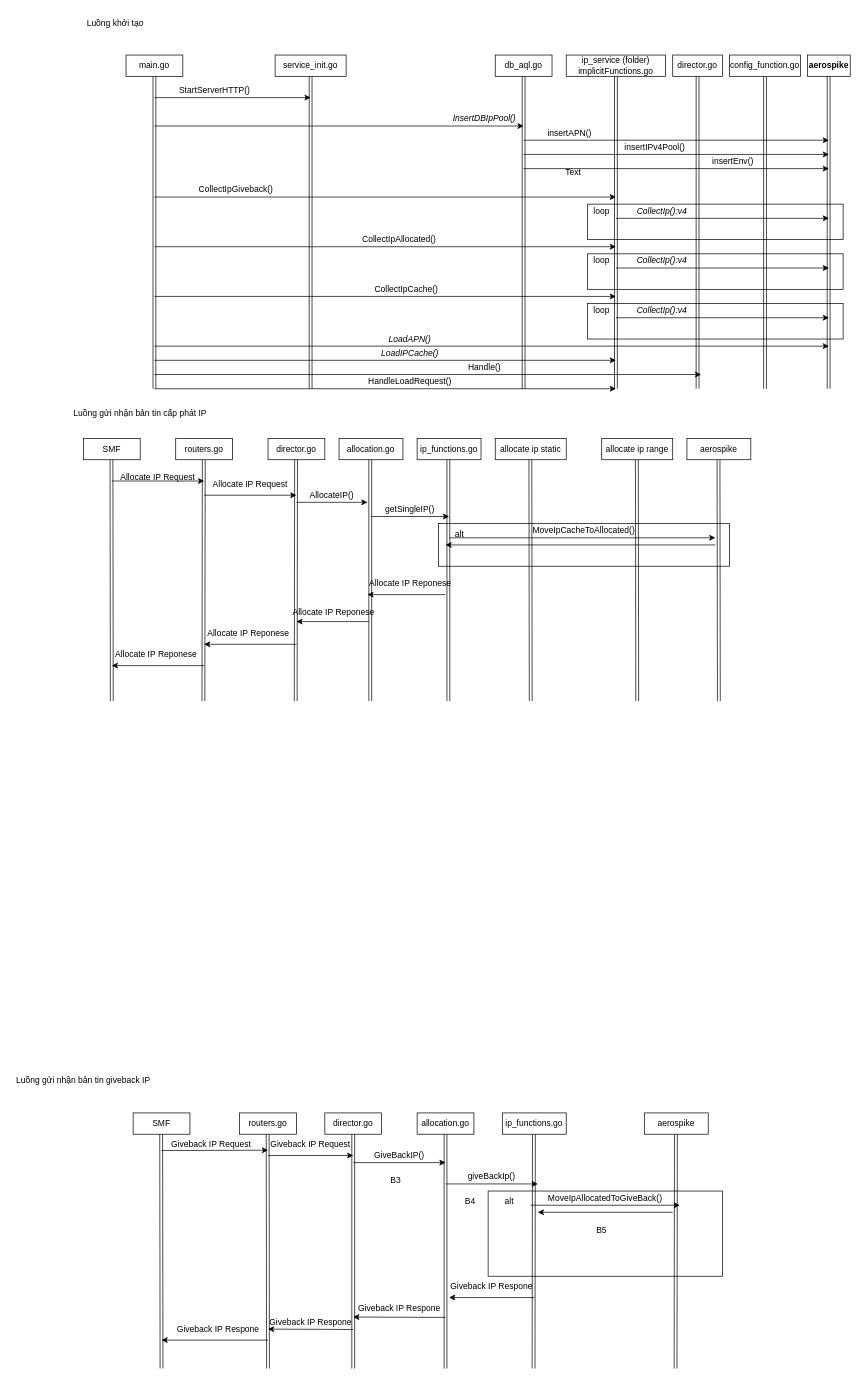
trinhmn49/Thuc_hanh_PTUDDD keeps this draw.io diagram as Biểu đồ không có tiêu đề.drawio. Above is the earlier version. Source tidied: cells renumbered, new cells numbered last; positions are measured from the earlier drawing's top-left corner, leaving out a move shared by most shapes. Both pictures are drawn from the tidied source at 71%, with x=0, y=0 at pixel (12, 12).
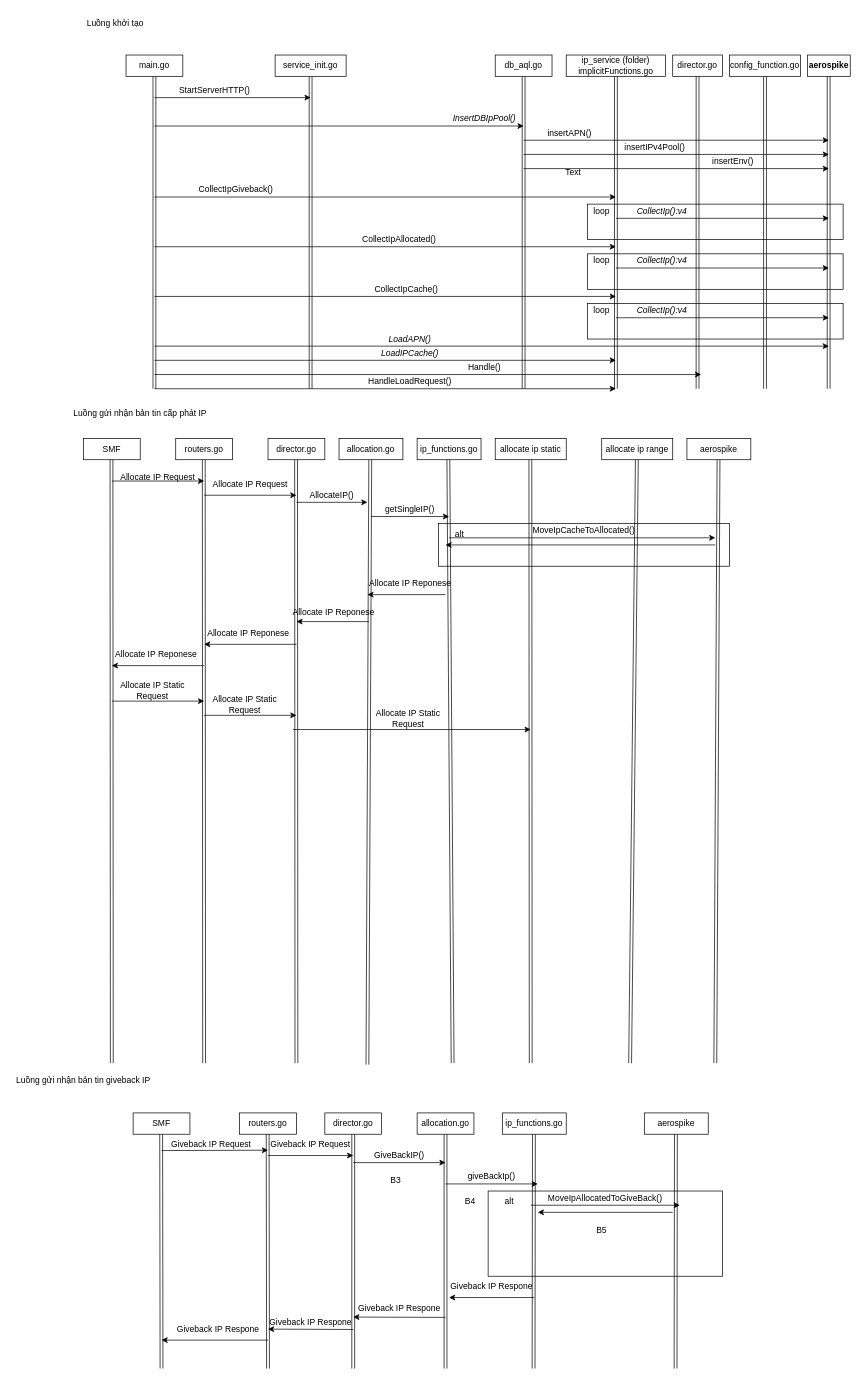
Above is the later version.

Commit message (it also covers changes not shown here):
Cập nhật Biểu đồ không có tiêu đề.drawio

What changed in the source:
```diff
@@
     <mxCell id="54" style="rounded=0;orthogonalLoop=1;jettySize=auto;html=1;exitX=0.5;exitY=1;exitDx=0;exitDy=0;shape=link;" parent="1" edge="1">
       <mxGeometry relative="1" as="geometry">
         <mxPoint x="139.5" y="630" as="sourcePoint" />
-        <mxPoint x="140" y="970" as="targetPoint" />
+        <mxPoint x="140" y="1480" as="targetPoint" />
       </mxGeometry>
     </mxCell>
     <mxCell id="55" style="rounded=0;orthogonalLoop=1;jettySize=auto;html=1;exitX=0.5;exitY=1;exitDx=0;exitDy=0;shape=link;" parent="1" edge="1">
       <mxGeometry relative="1" as="geometry">
         <mxPoint x="269.5" y="630" as="sourcePoint" />
-        <mxPoint x="269" y="970" as="targetPoint" />
+        <mxPoint x="270" y="1480" as="targetPoint" />
       </mxGeometry>
     </mxCell>
@@
     <mxCell id="57" style="rounded=0;orthogonalLoop=1;jettySize=auto;html=1;exitX=0.5;exitY=1;exitDx=0;exitDy=0;shape=link;" parent="1" edge="1">
       <mxGeometry relative="1" as="geometry">
         <mxPoint x="399.5" y="630" as="sourcePoint" />
-        <mxPoint x="399" y="970" as="targetPoint" />
+        <mxPoint x="400" y="1480" as="targetPoint" />
       </mxGeometry>
     </mxCell>
@@
     <mxCell id="61" style="rounded=0;orthogonalLoop=1;jettySize=auto;html=1;exitX=0.5;exitY=1;exitDx=0;exitDy=0;shape=link;" parent="1" edge="1">
       <mxGeometry relative="1" as="geometry">
         <mxPoint x="504" y="630" as="sourcePoint" />
-        <mxPoint x="504" y="970" as="targetPoint" />
+        <mxPoint x="500" y="1482" as="targetPoint" />
       </mxGeometry>
     </mxCell>
@@
     <mxCell id="105" style="rounded=0;orthogonalLoop=1;jettySize=auto;html=1;exitX=0.5;exitY=1;exitDx=0;exitDy=0;shape=link;" parent="1" edge="1">
       <mxGeometry relative="1" as="geometry">
         <mxPoint x="614" y="630" as="sourcePoint" />
-        <mxPoint x="614" y="970" as="targetPoint" />
+        <mxPoint x="620" y="1480" as="targetPoint" />
       </mxGeometry>
     </mxCell>
@@
     <mxCell id="111" style="rounded=0;orthogonalLoop=1;jettySize=auto;html=1;exitX=0.5;exitY=1;exitDx=0;exitDy=0;shape=link;" parent="1" edge="1">
       <mxGeometry relative="1" as="geometry">
         <mxPoint x="729.5" y="630" as="sourcePoint" />
-        <mxPoint x="730" y="970" as="targetPoint" />
+        <mxPoint x="730" y="1480" as="targetPoint" />
       </mxGeometry>
     </mxCell>
     <mxCell id="112" style="rounded=0;orthogonalLoop=1;jettySize=auto;html=1;exitX=0.5;exitY=1;exitDx=0;exitDy=0;shape=link;" parent="1" edge="1">
       <mxGeometry relative="1" as="geometry">
         <mxPoint x="879.5" y="630" as="sourcePoint" />
-        <mxPoint x="880" y="970" as="targetPoint" />
+        <mxPoint x="870" y="1480" as="targetPoint" />
       </mxGeometry>
     </mxCell>
     <mxCell id="113" style="rounded=0;orthogonalLoop=1;jettySize=auto;html=1;exitX=0.5;exitY=1;exitDx=0;exitDy=0;shape=link;" parent="1" edge="1">
       <mxGeometry relative="1" as="geometry">
         <mxPoint x="994.5" y="630" as="sourcePoint" />
-        <mxPoint x="995" y="970" as="targetPoint" />
+        <mxPoint x="990" y="1480" as="targetPoint" />
       </mxGeometry>
     </mxCell>
@@
+    <mxCell id="130" value="Allocate IP Static Request" style="text;html=1;strokeColor=none;fillColor=none;align=center;verticalAlign=middle;whiteSpace=wrap;rounded=0;" parent="1" vertex="1">
+      <mxGeometry x="140" y="940" width="115" height="30" as="geometry" />
+    </mxCell>
+    <mxCell id="131" style="endArrow=classic;html=1;rounded=0;" parent="1" edge="1">
+      <mxGeometry relative="1" as="geometry">
+        <mxPoint x="140" y="970" as="sourcePoint" />
+        <mxPoint x="270" y="970" as="targetPoint" />
+      </mxGeometry>
+    </mxCell>
+    <mxCell id="132" value="Allocate IP Static Request" style="text;html=1;strokeColor=none;fillColor=none;align=center;verticalAlign=middle;whiteSpace=wrap;rounded=0;" parent="1" vertex="1">
+      <mxGeometry x="270" y="960" width="115" height="30" as="geometry" />
+    </mxCell>
+    <mxCell id="133" style="endArrow=classic;html=1;rounded=0;" parent="1" edge="1">
+      <mxGeometry relative="1" as="geometry">
+        <mxPoint x="270" y="990" as="sourcePoint" />
+        <mxPoint x="400" y="990" as="targetPoint" />
+      </mxGeometry>
+    </mxCell>
+    <mxCell id="134" value="Allocate IP Static Request" style="text;html=1;strokeColor=none;fillColor=none;align=center;verticalAlign=middle;whiteSpace=wrap;rounded=0;" parent="1" vertex="1">
+      <mxGeometry x="505" y="980" width="105" height="30" as="geometry" />
+    </mxCell>
+    <mxCell id="135" style="endArrow=classic;html=1;rounded=0;" parent="1" edge="1">
+      <mxGeometry relative="1" as="geometry">
+        <mxPoint x="395" y="1010" as="sourcePoint" />
+        <mxPoint x="730" y="1010" as="targetPoint" />
+      </mxGeometry>
+    </mxCell>
```
